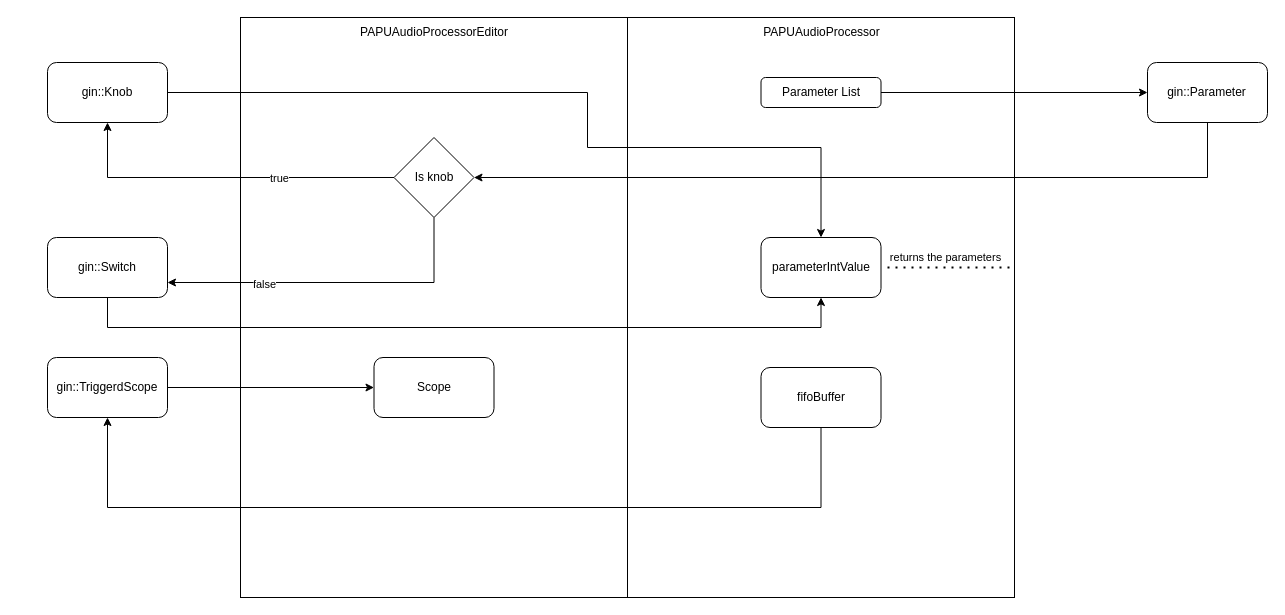
The draw.io diagram GUI.drawio in MarcoPelazza/Synth101, before the edit. Source tidied: cells renumbered, new cells numbered last; positions are measured from the earlier drawing's top-left corner, leaving out a move shared by most shapes. Both pictures are drawn from the tidied source at 100%, with x=0, y=0 at pixel (47, 17).
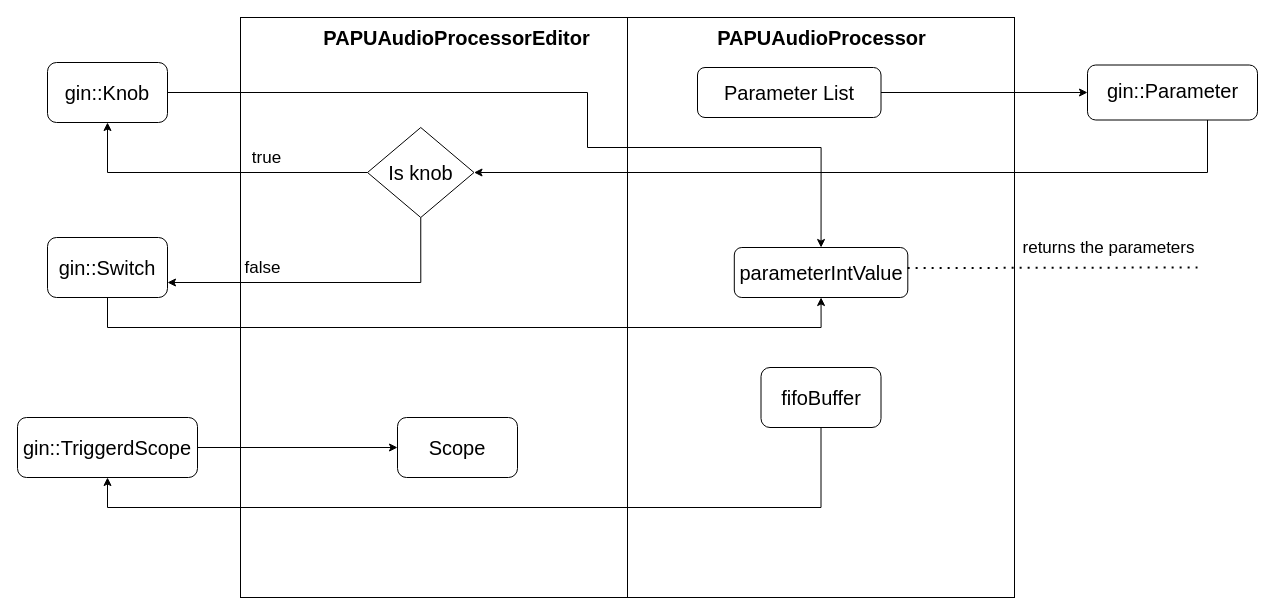
The same diagram, later.

Unchanged cells that the change refers to:
```xml
<mxCell id="3" style="rounded=0;whiteSpace=wrap;html=1;" parent="1" vertex="1">
  <mxGeometry x="580" width="387" height="580" as="geometry" />
</mxCell>
<mxCell id="10" style="edgeStyle=orthogonalEdgeStyle;rounded=0;jettySize=auto;html=1;" parent="1" edge="1" source="14" target="17">
  <mxGeometry relative="1" as="geometry" />
</mxCell>
```

What changed in the source:
```diff
@@
     <mxCell id="4" style="edgeStyle=orthogonalEdgeStyle;rounded=0;jettySize=auto;html=1;entryX=1;entryY=0.5;entryDx=0;entryDy=0;" parent="1" edge="1" source="5" target="14">
       <mxGeometry relative="1" as="geometry">
         <Array as="points">
-          <mxPoint x="1160" y="160" />
+          <mxPoint x="1160" y="155" />
         </Array>
       </mxGeometry>
     </mxCell>
     <mxCell id="5" style="rounded=1;whiteSpace=wrap;html=1;" parent="1" vertex="1">
-      <mxGeometry x="1100" y="45" width="120" height="60" as="geometry" />
+      <mxGeometry x="1040" y="47.5" width="170" height="55" as="geometry" />
     </mxCell>
-    <mxCell id="6" value="PAPUAudioProcessor" style="text;html=1;align=center;verticalAlign=middle;strokeColor=none;fillColor=none;" parent="1" vertex="1">
-      <mxGeometry x="703.5" width="140" height="30" as="geometry" />
+    <mxCell id="6" value="&lt;font style=&quot;font-size: 20px;&quot;&gt;&lt;b&gt;PAPUAudioProcessor&lt;/b&gt;&lt;/font&gt;" style="text;html=1;align=center;verticalAlign=middle;strokeColor=none;fillColor=none;" parent="1" vertex="1">
+      <mxGeometry x="658.5" width="230" height="40" as="geometry" />
     </mxCell>
@@
-    <mxCell id="8" value="Parameter List" style="rounded=1;whiteSpace=wrap;html=1;" parent="1" vertex="1">
-      <mxGeometry x="713.5" y="60" width="120" height="30" as="geometry" />
+    <mxCell id="8" value="&lt;font style=&quot;font-size: 20px;&quot;&gt;Parameter List&lt;/font&gt;" style="rounded=1;whiteSpace=wrap;html=1;" parent="1" vertex="1">
+      <mxGeometry x="650" y="50" width="183.5" height="50" as="geometry" />
     </mxCell>
-    <mxCell id="9" value="PAPUAudioProcessorEditor" style="text;html=1;strokeColor=none;fillColor=none;align=center;verticalAlign=middle;whiteSpace=wrap;rounded=0;" parent="1" vertex="1">
-      <mxGeometry x="299.8" width="173.5" height="30" as="geometry" />
+    <mxCell id="9" value="&lt;font style=&quot;font-size: 20px;&quot;&gt;&lt;b&gt;PAPUAudioProcessorEditor&lt;/b&gt;&lt;/font&gt;" style="text;html=1;strokeColor=none;fillColor=none;align=center;verticalAlign=middle;whiteSpace=wrap;rounded=0;" parent="1" vertex="1">
+      <mxGeometry x="273.4" y="5" width="273.2" height="30" as="geometry" />
     </mxCell>
@@
-    <mxCell id="11" value="true" style="edgeLabel;html=1;align=center;verticalAlign=middle;" parent="10" vertex="1">
+    <mxCell id="11" value="&lt;font style=&quot;font-size: 17px;&quot;&gt;true&lt;/font&gt;" style="edgeLabel;html=1;align=center;verticalAlign=middle;" parent="10" vertex="1">
       <mxGeometry x="-0.16" y="4" relative="1" as="geometry">
-        <mxPoint x="28" y="-4" as="offset" />
+        <mxPoint x="28" y="-19" as="offset" />
       </mxGeometry>
     </mxCell>
-    <mxCell id="12" style="edgeStyle=orthogonalEdgeStyle;rounded=0;jettySize=auto;html=1;entryX=1;entryY=0.75;entryDx=0;entryDy=0;" parent="1" edge="1" source="14" target="19">
+    <mxCell id="12" style="edgeStyle=orthogonalEdgeStyle;rounded=0;jettySize=auto;html=1;entryX=1;entryY=0.75;entryDx=0;entryDy=0;exitX=0.5;exitY=1;exitDx=0;exitDy=0;" parent="1" edge="1" source="14" target="19">
       <mxGeometry relative="1" as="geometry">
         <Array as="points">
-          <mxPoint x="387" y="265" />
+          <mxPoint x="373" y="265" />
         </Array>
       </mxGeometry>
     </mxCell>
-    <mxCell id="13" value="false" style="edgeLabel;html=1;align=center;verticalAlign=middle;" parent="12" vertex="1">
+    <mxCell id="13" value="&lt;font style=&quot;font-size: 17px;&quot;&gt;false&lt;/font&gt;" style="edgeLabel;html=1;align=center;verticalAlign=middle;" parent="12" vertex="1">
       <mxGeometry x="0.63" y="1" relative="1" as="geometry">
-        <mxPoint x="35" as="offset" />
+        <mxPoint x="35" y="-16" as="offset" />
       </mxGeometry>
     </mxCell>
-    <mxCell id="14" value="Is knob" style="rhombus;whiteSpace=wrap;html=1;" parent="1" vertex="1">
-      <mxGeometry x="346.5" y="120" width="80" height="80" as="geometry" />
+    <mxCell id="14" value="&lt;font style=&quot;font-size: 20px;&quot;&gt;Is knob&lt;/font&gt;" style="rhombus;whiteSpace=wrap;html=1;" parent="1" vertex="1">
+      <mxGeometry x="320" y="110" width="106.5" height="90" as="geometry" />
     </mxCell>
-    <mxCell id="15" value="gin::Parameter" style="text;html=1;strokeColor=none;fillColor=none;align=center;verticalAlign=middle;whiteSpace=wrap;rounded=0;" parent="1" vertex="1">
-      <mxGeometry x="1110" y="60" width="99" height="30" as="geometry" />
+    <mxCell id="15" value="&lt;font style=&quot;font-size: 20px;&quot;&gt;gin::Parameter&lt;/font&gt;" style="text;html=1;strokeColor=none;fillColor=none;align=center;verticalAlign=middle;whiteSpace=wrap;rounded=0;" parent="1" vertex="1">
+      <mxGeometry x="1075.5" y="57.5" width="99" height="30" as="geometry" />
     </mxCell>
@@
-    <mxCell id="17" value="gin::Knob" style="rounded=1;whiteSpace=wrap;html=1;" parent="1" vertex="1">
+    <mxCell id="17" value="&lt;font style=&quot;font-size: 20px;&quot;&gt;gin::Knob&lt;/font&gt;" style="rounded=1;whiteSpace=wrap;html=1;" parent="1" vertex="1">
       <mxGeometry y="45" width="120" height="60" as="geometry" />
     </mxCell>
@@
-    <mxCell id="19" value="gin::Switch" style="rounded=1;whiteSpace=wrap;html=1;" parent="1" vertex="1">
+    <mxCell id="19" value="&lt;font style=&quot;font-size: 20px;&quot;&gt;gin::Switch&lt;/font&gt;" style="rounded=1;whiteSpace=wrap;html=1;" parent="1" vertex="1">
       <mxGeometry y="220" width="120" height="60" as="geometry" />
     </mxCell>
-    <mxCell id="20" value="Scope" style="rounded=1;whiteSpace=wrap;html=1;" parent="1" vertex="1">
-      <mxGeometry x="326.5" y="340" width="120" height="60" as="geometry" />
+    <mxCell id="20" value="&lt;font style=&quot;font-size: 20px;&quot;&gt;Scope&lt;/font&gt;" style="rounded=1;whiteSpace=wrap;html=1;" parent="1" vertex="1">
+      <mxGeometry x="350" y="400" width="120" height="60" as="geometry" />
     </mxCell>
@@
-    <mxCell id="22" value="gin::TriggerdScope" style="rounded=1;whiteSpace=wrap;html=1;" parent="1" vertex="1">
-      <mxGeometry y="340" width="120" height="60" as="geometry" />
+    <mxCell id="22" value="&lt;font style=&quot;font-size: 20px;&quot;&gt;gin::TriggerdScope&lt;/font&gt;" style="rounded=1;whiteSpace=wrap;html=1;" parent="1" vertex="1">
+      <mxGeometry x="-30" y="400" width="180" height="60" as="geometry" />
     </mxCell>
@@
-    <mxCell id="24" value="fifoBuffer" style="rounded=1;whiteSpace=wrap;html=1;" parent="1" vertex="1">
+    <mxCell id="24" value="&lt;font style=&quot;font-size: 20px;&quot;&gt;fifoBuffer&lt;/font&gt;" style="rounded=1;whiteSpace=wrap;html=1;" parent="1" vertex="1">
       <mxGeometry x="713.5" y="350" width="120" height="60" as="geometry" />
     </mxCell>
-    <mxCell id="25" value="parameterIntValue" style="rounded=1;whiteSpace=wrap;html=1;" parent="1" vertex="1">
-      <mxGeometry x="713.5" y="220" width="120" height="60" as="geometry" />
+    <mxCell id="25" value="&lt;font style=&quot;font-size: 20px;&quot;&gt;parameterIntValue&lt;/font&gt;" style="rounded=1;whiteSpace=wrap;html=1;" parent="1" vertex="1">
+      <mxGeometry x="686.8" y="230" width="173.5" height="50" as="geometry" />
     </mxCell>
-    <mxCell id="26" style="endArrow=none;dashed=1;html=1;dashPattern=1 3;strokeWidth=2;rounded=0;entryX=1;entryY=0.431;entryDx=0;entryDy=0;entryPerimeter=0;" parent="1" edge="1" target="3">
+    <mxCell id="26" style="endArrow=none;dashed=1;html=1;dashPattern=1 3;strokeWidth=2;rounded=0;exitX=0.999;exitY=0.411;exitDx=0;exitDy=0;exitPerimeter=0;" parent="1" edge="1" source="25">
       <mxGeometry relative="1" as="geometry">
-        <mxPoint x="840" y="250" as="sourcePoint" />
+        <mxPoint x="1150" y="250" as="targetPoint" />
       </mxGeometry>
     </mxCell>
-    <mxCell id="27" value="returns the parameters" style="edgeLabel;html=1;align=center;verticalAlign=middle;" parent="26" vertex="1">
+    <mxCell id="27" value="&lt;font style=&quot;font-size: 17px;&quot;&gt;returns the parameters&lt;/font&gt;" style="edgeLabel;html=1;align=center;verticalAlign=middle;" parent="26" vertex="1">
       <mxGeometry x="-0.09" y="3" relative="1" as="geometry">
-        <mxPoint y="-7" as="offset" />
+        <mxPoint x="68" y="-17" as="offset" />
       </mxGeometry>
     </mxCell>
```
